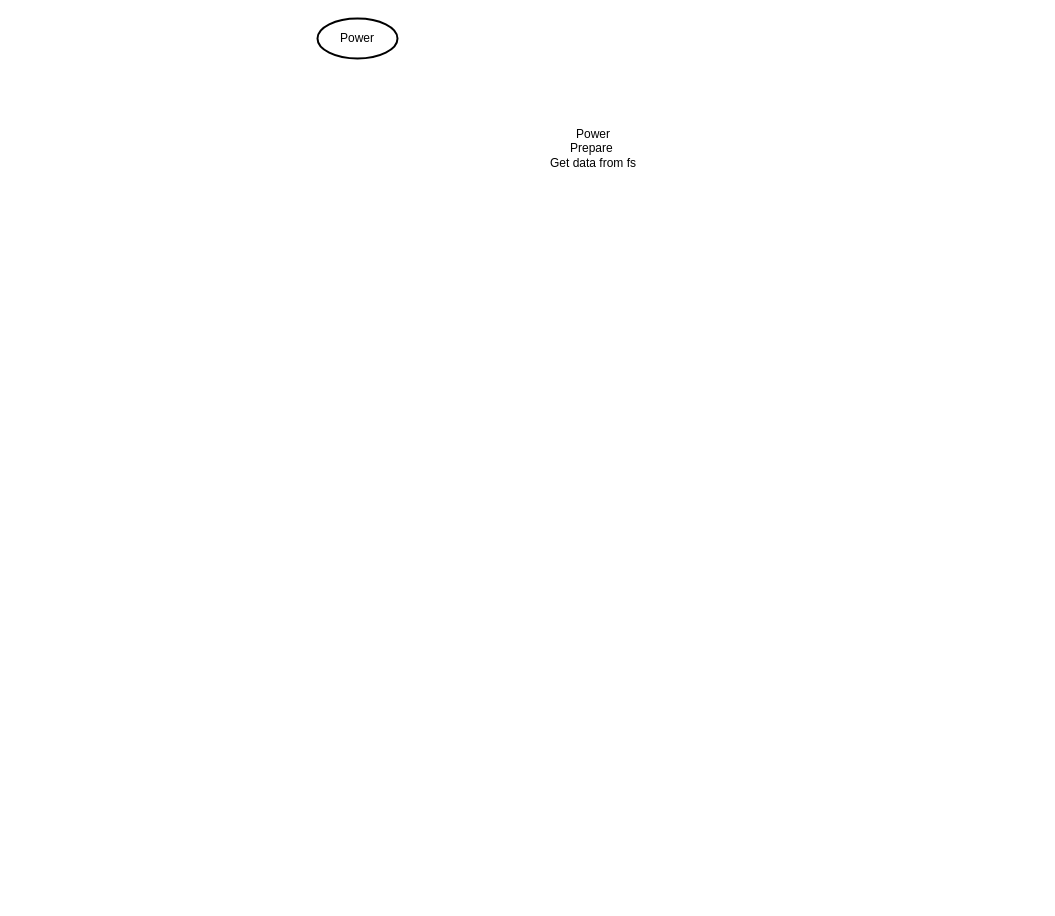
Earlier version of the draw.io diagram embedded_app/docs/car_trackin_embedded.drawio (Mona-Roza/car_tracking). Source tidied: cells renumbered, new cells numbered last; positions are measured from the earlier drawing's top-left corner, leaving out a move shared by most shapes. Both pictures are drawn from the tidied source at 100%, with x=0, y=0 at pixel (317, 18).
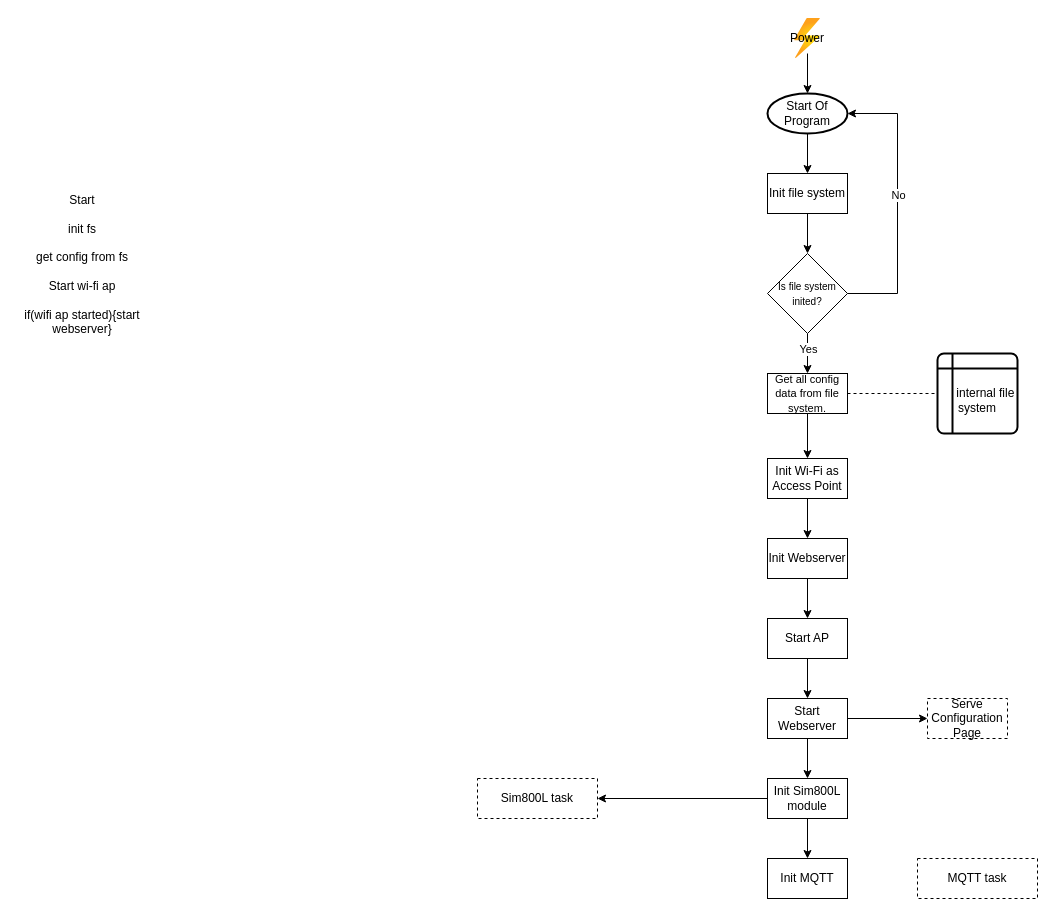
After the change.

Change to the diagram source:
```diff
@@
+    <mxCell id="4" style="image;html=1;align=center;fontSize=12;image=img/lib/azure2/general/Power.svg;" parent="1" vertex="1">
+      <mxGeometry x="477.1" width="25.9" height="40" as="geometry" />
+    </mxCell>
+    <mxCell id="5" style="edgeStyle=orthogonalEdgeStyle;rounded=0;jettySize=auto;html=1;" parent="1" edge="1" source="2" target="8">
+      <mxGeometry relative="1" as="geometry" />
+    </mxCell>
-    <mxCell id="2" value="Power" style="strokeWidth=2;html=1;shape=mxgraph.flowchart.start_1;whiteSpace=wrap;" parent="1" vertex="1">
-      <mxGeometry width="80" height="40" as="geometry" />
+    <mxCell id="2" value="Start Of Program" style="strokeWidth=2;html=1;shape=mxgraph.flowchart.start_1;whiteSpace=wrap;" parent="1" vertex="1">
+      <mxGeometry x="450" y="75" width="80" height="40" as="geometry" />
     </mxCell>
-    <mxCell id="3" value="Power&lt;br&gt;Prepare&amp;nbsp;&lt;br&gt;Get data from fs" style="text;html=1;strokeColor=none;fillColor=none;align=center;verticalAlign=middle;whiteSpace=wrap;rounded=0;" parent="1" vertex="1">
-      <mxGeometry x="211" y="50" width="130" height="160" as="geometry" />
+    <mxCell id="3" value="Start&lt;br&gt;&lt;br&gt;init fs&lt;br&gt;&amp;nbsp;&lt;br&gt;get config from fs&lt;br&gt;&lt;br&gt;Start wi-fi ap&lt;br&gt;&lt;br&gt;if(wifi ap started){start webserver}&lt;br&gt;&lt;br&gt;&lt;br&gt;&lt;br&gt;&lt;br&gt;" style="text;html=1;strokeColor=none;fillColor=none;align=center;verticalAlign=middle;whiteSpace=wrap;rounded=0;" parent="1" vertex="1">
+      <mxGeometry x="-300" y="100" width="130" height="350" as="geometry" />
     </mxCell>
+    <mxCell id="6" value="&amp;nbsp; &amp;nbsp; &lt;br&gt;&amp;nbsp; &amp;nbsp; &amp;nbsp;internal file system" style="shape=internalStorage;whiteSpace=wrap;html=1;dx=15;dy=15;rounded=1;arcSize=8;strokeWidth=2;" parent="1" vertex="1">
+      <mxGeometry x="620" y="335" width="80" height="80" as="geometry" />
+    </mxCell>
+    <mxCell id="7" style="edgeStyle=orthogonalEdgeStyle;rounded=0;jettySize=auto;html=1;" parent="1" edge="1" source="8" target="13">
+      <mxGeometry relative="1" as="geometry" />
+    </mxCell>
+    <mxCell id="8" value="Init file system" style="rounded=0;whiteSpace=wrap;html=1;" parent="1" vertex="1">
+      <mxGeometry x="450" y="155" width="80" height="40" as="geometry" />
+    </mxCell>
+    <mxCell id="9" style="edgeStyle=orthogonalEdgeStyle;rounded=0;jettySize=auto;html=1;" parent="1" edge="1" source="10" target="2">
+      <mxGeometry relative="1" as="geometry" />
+    </mxCell>
+    <mxCell id="10" value="Power" style="text;html=1;strokeColor=none;fillColor=none;align=center;verticalAlign=middle;whiteSpace=wrap;rounded=0;" parent="1" vertex="1">
+      <mxGeometry x="460" y="5" width="60" height="30" as="geometry" />
+    </mxCell>
+    <mxCell id="11" style="edgeStyle=orthogonalEdgeStyle;rounded=0;jettySize=auto;html=1;" parent="1" edge="1" source="13" target="17">
+      <mxGeometry relative="1" as="geometry" />
+    </mxCell>
+    <mxCell id="12" value="Yes" style="edgeLabel;html=1;align=center;verticalAlign=middle;" parent="11" vertex="1">
+      <mxGeometry x="-0.26" relative="1" as="geometry" />
+    </mxCell>
+    <mxCell id="13" value="&lt;font style=&quot;font-size: 10px;&quot;&gt;Is file system inited?&lt;/font&gt;" style="rhombus;whiteSpace=wrap;html=1;" parent="1" vertex="1">
+      <mxGeometry x="450" y="235" width="80" height="80" as="geometry" />
+    </mxCell>
+    <mxCell id="14" style="edgeStyle=orthogonalEdgeStyle;rounded=0;orthogonalLoop=1;jettySize=auto;html=1;" parent="1" edge="1">
+      <mxGeometry relative="1" as="geometry">
+        <mxPoint x="530" y="275" as="sourcePoint" />
+        <mxPoint x="530" y="95" as="targetPoint" />
+        <Array as="points">
+          <mxPoint x="580" y="275" />
+          <mxPoint x="580" y="95" />
+        </Array>
+      </mxGeometry>
+    </mxCell>
+    <mxCell id="15" value="No" style="edgeLabel;html=1;align=center;verticalAlign=middle;" parent="14" vertex="1">
+      <mxGeometry y="-4" relative="1" as="geometry">
+        <mxPoint x="-4" y="-9" as="offset" />
+      </mxGeometry>
+    </mxCell>
+    <mxCell id="16" style="edgeStyle=orthogonalEdgeStyle;rounded=0;jettySize=auto;html=1;" parent="1" edge="1" source="17" target="20">
+      <mxGeometry relative="1" as="geometry" />
+    </mxCell>
+    <mxCell id="17" value="&lt;font style=&quot;font-size: 11px;&quot;&gt;Get all config data from file system.&lt;/font&gt;" style="rounded=0;whiteSpace=wrap;html=1;" parent="1" vertex="1">
+      <mxGeometry x="450" y="355" width="80" height="40" as="geometry" />
+    </mxCell>
+    <mxCell id="18" style="endArrow=none;dashed=1;html=1;rounded=0;exitX=1;exitY=0.5;exitDx=0;exitDy=0;entryX=0;entryY=0.5;entryDx=0;entryDy=0;" parent="1" edge="1" source="17" target="6">
+      <mxGeometry relative="1" as="geometry" />
+    </mxCell>
+    <mxCell id="19" style="edgeStyle=orthogonalEdgeStyle;rounded=0;jettySize=auto;html=1;entryX=0.5;entryY=0;entryDx=0;entryDy=0;" parent="1" edge="1" source="20" target="26">
+      <mxGeometry relative="1" as="geometry" />
+    </mxCell>
+    <mxCell id="20" value="Init Wi-Fi as Access Point" style="rounded=0;whiteSpace=wrap;html=1;" parent="1" vertex="1">
+      <mxGeometry x="450" y="440" width="80" height="40" as="geometry" />
+    </mxCell>
+    <mxCell id="21" style="edgeStyle=orthogonalEdgeStyle;rounded=0;jettySize=auto;html=1;" parent="1" edge="1" source="23" target="24">
+      <mxGeometry relative="1" as="geometry" />
+    </mxCell>
+    <mxCell id="22" style="edgeStyle=orthogonalEdgeStyle;rounded=0;jettySize=auto;html=1;entryX=1;entryY=0.5;entryDx=0;entryDy=0;" parent="1" edge="1" source="23" target="33">
+      <mxGeometry relative="1" as="geometry" />
+    </mxCell>
+    <mxCell id="23" value="Init Sim800L module" style="rounded=0;whiteSpace=wrap;html=1;" parent="1" vertex="1">
+      <mxGeometry x="450" y="760" width="80" height="40" as="geometry" />
+    </mxCell>
+    <mxCell id="24" value="Init MQTT" style="rounded=0;whiteSpace=wrap;html=1;" parent="1" vertex="1">
+      <mxGeometry x="450" y="840" width="80" height="40" as="geometry" />
+    </mxCell>
+    <mxCell id="25" style="edgeStyle=orthogonalEdgeStyle;rounded=0;jettySize=auto;html=1;entryX=0.5;entryY=0;entryDx=0;entryDy=0;" parent="1" edge="1" source="26" target="28">
+      <mxGeometry relative="1" as="geometry" />
+    </mxCell>
+    <mxCell id="26" value="Init Webserver" style="rounded=0;whiteSpace=wrap;html=1;" parent="1" vertex="1">
+      <mxGeometry x="450" y="520" width="80" height="40" as="geometry" />
+    </mxCell>
+    <mxCell id="27" style="edgeStyle=orthogonalEdgeStyle;rounded=0;jettySize=auto;html=1;" parent="1" edge="1" source="28" target="31">
+      <mxGeometry relative="1" as="geometry" />
+    </mxCell>
+    <mxCell id="28" value="Start AP" style="rounded=0;whiteSpace=wrap;html=1;" parent="1" vertex="1">
+      <mxGeometry x="450" y="600" width="80" height="40" as="geometry" />
+    </mxCell>
+    <mxCell id="29" style="edgeStyle=orthogonalEdgeStyle;rounded=0;jettySize=auto;html=1;exitX=0.5;exitY=1;exitDx=0;exitDy=0;entryX=0.5;entryY=0;entryDx=0;entryDy=0;" parent="1" edge="1" source="31" target="23">
+      <mxGeometry relative="1" as="geometry" />
+    </mxCell>
+    <mxCell id="30" style="edgeStyle=orthogonalEdgeStyle;rounded=0;jettySize=auto;html=1;entryX=0;entryY=0.5;entryDx=0;entryDy=0;" parent="1" edge="1" source="31" target="32">
+      <mxGeometry relative="1" as="geometry" />
+    </mxCell>
+    <mxCell id="31" value="Start Webserver" style="rounded=0;whiteSpace=wrap;html=1;" parent="1" vertex="1">
+      <mxGeometry x="450" y="680" width="80" height="40" as="geometry" />
+    </mxCell>
+    <mxCell id="32" value="Serve Configuration Page" style="rounded=0;whiteSpace=wrap;html=1;dashed=1;" parent="1" vertex="1">
+      <mxGeometry x="610" y="680" width="80" height="40" as="geometry" />
+    </mxCell>
+    <mxCell id="33" value="Sim800L task" style="rounded=0;whiteSpace=wrap;html=1;dashed=1;" parent="1" vertex="1">
+      <mxGeometry x="160" y="760" width="120" height="40" as="geometry" />
+    </mxCell>
+    <mxCell id="34" value="MQTT task" style="rounded=0;whiteSpace=wrap;html=1;dashed=1;" parent="1" vertex="1">
+      <mxGeometry x="600" y="840" width="120" height="40" as="geometry" />
+    </mxCell>
```
